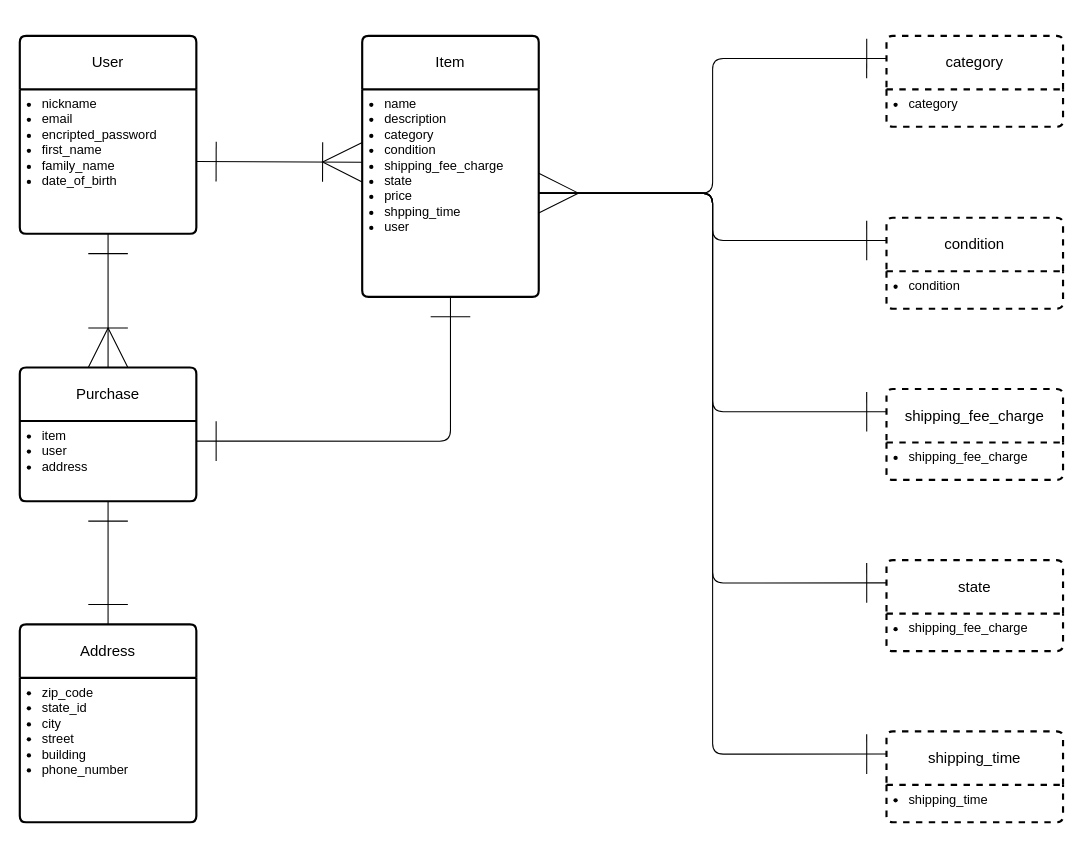
This is furima.dio from origami-eng/furima-42544, a draw.io file, before an edit. Source tidied: cells renumbered, new cells numbered last; positions are measured from the earlier drawing's top-left corner, leaving out a move shared by most shapes. Both pictures are drawn from the tidied source at 107%, with x=0, y=0 at pixel (19, 35).
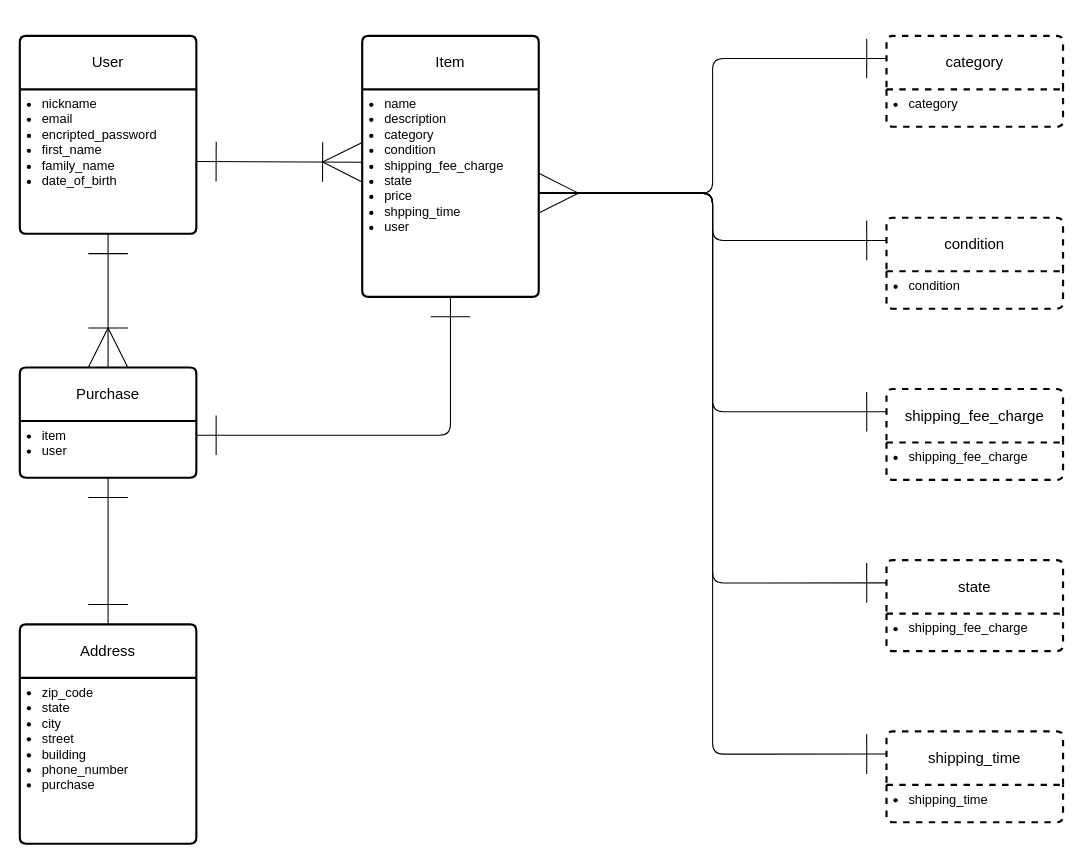
The same diagram, later.

The edit, as a diff of the source:
```diff
@@
     <mxCell id="6" value="Purchase" style="swimlane;horizontal=1;startSize=50;rounded=1;fontSize=14;fontStyle=0;strokeWidth=2;shadow=0;dashed=0;align=center;arcSize=4;html=1;whiteSpace=wrap;labelBackgroundColor=none;fixDash=0;" parent="1" vertex="1">
-      <mxGeometry y="310" width="165" height="125" as="geometry" />
+      <mxGeometry y="310" width="165" height="103" as="geometry" />
     </mxCell>
-    <mxCell id="7" value="&lt;ul style=&quot;padding-left: 15px; margin-top: 0px;&quot;&gt;&lt;li&gt;&lt;font color=&quot;#000000&quot;&gt;item&lt;/font&gt;&lt;/li&gt;&lt;li&gt;&lt;font color=&quot;#000000&quot;&gt;user&lt;/font&gt;&lt;/li&gt;&lt;li&gt;&lt;font style=&quot;color: rgb(0, 0, 0);&quot;&gt;address&lt;/font&gt;&lt;/li&gt;&lt;/ul&gt;" style="align=left;strokeColor=none;fillColor=none;spacingLeft=4;fontSize=12;verticalAlign=top;html=1;" parent="6" vertex="1">
-      <mxGeometry y="50" width="165" height="75" as="geometry" />
+    <mxCell id="7" value="&lt;ul style=&quot;padding-left: 15px; margin-top: 0px;&quot;&gt;&lt;li&gt;&lt;font color=&quot;#000000&quot;&gt;item&lt;/font&gt;&lt;/li&gt;&lt;li&gt;&lt;font color=&quot;#000000&quot;&gt;user&lt;/font&gt;&lt;/li&gt;&lt;/ul&gt;" style="align=left;strokeColor=none;fillColor=none;spacingLeft=4;fontSize=12;verticalAlign=top;html=1;" parent="6" vertex="1">
+      <mxGeometry y="50" width="165" height="53" as="geometry" />
     </mxCell>
     <mxCell id="8" value="Address" style="swimlane;horizontal=1;startSize=50;rounded=1;fontSize=14;fontStyle=0;strokeWidth=2;shadow=0;dashed=0;align=center;arcSize=4;html=1;whiteSpace=wrap;labelBackgroundColor=none;fixDash=0;" parent="1" vertex="1">
-      <mxGeometry y="550" width="165" height="185" as="geometry" />
+      <mxGeometry y="550" width="165" height="205" as="geometry" />
     </mxCell>
-    <mxCell id="9" value="&lt;ul style=&quot;padding-left: 15px; margin-top: 0px;&quot;&gt;&lt;li&gt;&lt;span style=&quot;background-color: transparent;&quot;&gt;&lt;font color=&quot;#000000&quot;&gt;zip_code&lt;/font&gt;&lt;/span&gt;&lt;/li&gt;&lt;li&gt;&lt;font style=&quot;color: rgb(0, 0, 0);&quot;&gt;state_id&lt;/font&gt;&lt;/li&gt;&lt;li&gt;&lt;font style=&quot;color: rgb(0, 0, 0);&quot;&gt;city&lt;/font&gt;&lt;/li&gt;&lt;li&gt;&lt;font style=&quot;color: rgb(0, 0, 0);&quot;&gt;street&lt;/font&gt;&lt;/li&gt;&lt;li&gt;&lt;font style=&quot;color: rgb(0, 0, 0);&quot;&gt;building&lt;/font&gt;&lt;/li&gt;&lt;li&gt;&lt;font style=&quot;color: rgb(0, 0, 0);&quot;&gt;phone_number&lt;/font&gt;&lt;/li&gt;&lt;/ul&gt;" style="align=left;strokeColor=none;fillColor=none;spacingLeft=4;fontSize=12;verticalAlign=top;html=1;" parent="8" vertex="1">
-      <mxGeometry y="50" width="165" height="135" as="geometry" />
+    <mxCell id="9" value="&lt;ul style=&quot;padding-left: 15px; margin-top: 0px;&quot;&gt;&lt;li&gt;&lt;span style=&quot;background-color: transparent;&quot;&gt;&lt;font color=&quot;#000000&quot;&gt;zip_code&lt;/font&gt;&lt;/span&gt;&lt;/li&gt;&lt;li&gt;&lt;font style=&quot;color: rgb(0, 0, 0);&quot;&gt;state&lt;/font&gt;&lt;/li&gt;&lt;li&gt;&lt;font style=&quot;color: rgb(0, 0, 0);&quot;&gt;city&lt;/font&gt;&lt;/li&gt;&lt;li&gt;&lt;font style=&quot;color: rgb(0, 0, 0);&quot;&gt;street&lt;/font&gt;&lt;/li&gt;&lt;li&gt;&lt;font style=&quot;color: rgb(0, 0, 0);&quot;&gt;building&lt;/font&gt;&lt;/li&gt;&lt;li&gt;&lt;font style=&quot;color: rgb(0, 0, 0);&quot;&gt;phone_number&lt;/font&gt;&lt;/li&gt;&lt;li&gt;&lt;font style=&quot;color: rgb(0, 0, 0);&quot;&gt;purchase&lt;/font&gt;&lt;/li&gt;&lt;/ul&gt;" style="align=left;strokeColor=none;fillColor=none;spacingLeft=4;fontSize=12;verticalAlign=top;html=1;" parent="8" vertex="1">
+      <mxGeometry y="50" width="165" height="155" as="geometry" />
     </mxCell>
```
